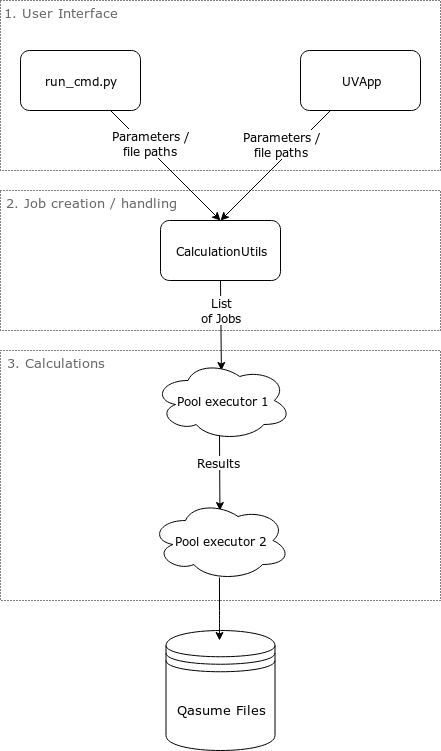
Before: assets/technical_detail_1.png, a diagram exported from draw.io (pec0ra/buvic). Source tidied: cells renumbered, new cells last; positions are measured from the earlier drawing's top-left corner, leaving out a move shared by most shapes.
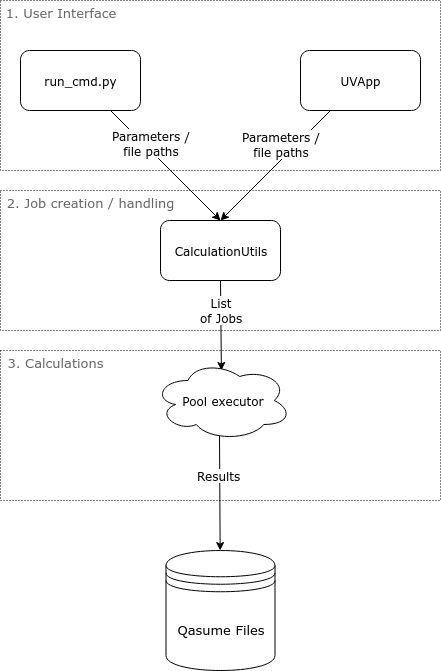
The same file after the commit.

Change to the diagram source:
```diff
@@ -3,7 +3,7 @@
     <mxCell id="0" />
     <mxCell id="1" parent="0" />
     <mxCell id="2" style="rounded=0;whiteSpace=wrap;html=1;fontFamily=Verdana;dashed=1;dashPattern=1 2;fillColor=none;" parent="1" vertex="1">
-      <mxGeometry y="350" width="440" height="250" as="geometry" />
+      <mxGeometry y="350" width="440" height="150" as="geometry" />
     </mxCell>
     <mxCell id="3" style="rounded=0;whiteSpace=wrap;html=1;fontFamily=Verdana;dashed=1;dashPattern=1 2;fillColor=none;" parent="1" vertex="1">
       <mxGeometry y="190" width="440" height="140" as="geometry" />
@@ -44,10 +44,10 @@
         <mxPoint y="1" as="offset" />
       </mxGeometry>
     </mxCell>
-    <mxCell id="14" value="Pool executor 1" style="ellipse;shape=cloud;whiteSpace=wrap;html=1;fontFamily=Verdana;" parent="1" vertex="1">
+    <mxCell id="14" value="Pool executor" style="ellipse;shape=cloud;whiteSpace=wrap;html=1;fontFamily=Verdana;" parent="1" vertex="1">
       <mxGeometry x="153" y="360" width="138" height="80" as="geometry" />
     </mxCell>
-    <mxCell id="15" style="endArrow=classic;html=1;entryX=0.496;entryY=0.125;entryDx=0;entryDy=0;entryPerimeter=0;fontFamily=Verdana;" parent="1" edge="1" target="17">
+    <mxCell id="15" style="endArrow=classic;html=1;fontFamily=Verdana;" parent="1" edge="1" target="20">
       <mxGeometry relative="1" as="geometry">
         <mxPoint x="219" y="435" as="sourcePoint" />
       </mxGeometry>
@@ -57,29 +57,17 @@
         <mxPoint x="2" y="1" as="offset" />
       </mxGeometry>
     </mxCell>
-    <mxCell id="17" value="Pool executor 2" style="ellipse;shape=cloud;whiteSpace=wrap;html=1;fontFamily=Verdana;" parent="1" vertex="1">
-      <mxGeometry x="150" y="500" width="140" height="80" as="geometry" />
+    <mxCell id="17" value="1. User Interface" style="text;html=1;strokeColor=none;fillColor=none;align=center;verticalAlign=middle;whiteSpace=wrap;rounded=0;dashed=1;dashPattern=1 2;fontFamily=Verdana;fontSize=13;fontColor=#666666;" parent="1" vertex="1">
+      <mxGeometry y="2" width="120" height="20" as="geometry" />
     </mxCell>
-    <mxCell id="18" style="endArrow=classic;html=1;exitX=0.457;exitY=0.963;exitDx=0;exitDy=0;exitPerimeter=0;fontFamily=Verdana;" parent="1" edge="1">
-      <mxGeometry relative="1" as="geometry">
-        <mxPoint x="219" y="577" as="sourcePoint" />
-        <mxPoint x="219" y="640" as="targetPoint" />
-        <Array as="points">
-          <mxPoint x="219" y="620" />
-        </Array>
-      </mxGeometry>
+    <mxCell id="18" value="2. Job creation / handling" style="text;html=1;strokeColor=none;fillColor=none;align=center;verticalAlign=middle;whiteSpace=wrap;rounded=0;dashed=1;dashPattern=1 2;fontFamily=Verdana;fontSize=13;fontColor=#666666;" parent="1" vertex="1">
+      <mxGeometry y="192" width="180" height="20" as="geometry" />
     </mxCell>
-    <mxCell id="19" value="1. User Interface" style="text;html=1;strokeColor=none;fillColor=none;align=center;verticalAlign=middle;whiteSpace=wrap;rounded=0;dashed=1;dashPattern=1 2;fontFamily=Verdana;fontSize=13;fontColor=#666666;" parent="1" vertex="1">
-      <mxGeometry y="2" width="120" height="20" as="geometry" />
+    <mxCell id="19" value="3. Calculations" style="text;html=1;strokeColor=none;fillColor=none;align=center;verticalAlign=middle;whiteSpace=wrap;rounded=0;dashed=1;dashPattern=1 2;fontFamily=Verdana;fontSize=13;fontColor=#666666;" parent="1" vertex="1">
+      <mxGeometry y="352" width="110" height="20" as="geometry" />
     </mxCell>
-    <mxCell id="20" value="2. Job creation / handling" style="text;html=1;strokeColor=none;fillColor=none;align=center;verticalAlign=middle;whiteSpace=wrap;rounded=0;dashed=1;dashPattern=1 2;fontFamily=Verdana;fontSize=13;fontColor=#666666;" parent="1" vertex="1">
-      <mxGeometry y="192" width="180" height="20" as="geometry" />
+    <mxCell id="20" value="Qasume Files" style="shape=datastore;whiteSpace=wrap;html=1;fillColor=none;fontFamily=Verdana;fontSize=13;fontColor=#000000;" parent="1" vertex="1">
+      <mxGeometry x="165.5" y="550" width="109" height="120" as="geometry" />
     </mxCell>
-    <mxCell id="21" value="3. Calculations" style="text;html=1;strokeColor=none;fillColor=none;align=center;verticalAlign=middle;whiteSpace=wrap;rounded=0;dashed=1;dashPattern=1 2;fontFamily=Verdana;fontSize=13;fontColor=#666666;" parent="1" vertex="1">
-      <mxGeometry y="352" width="110" height="20" as="geometry" />
-    </mxCell>
-    <mxCell id="22" value="Qasume Files" style="shape=datastore;whiteSpace=wrap;html=1;fillColor=none;fontFamily=Verdana;fontSize=13;fontColor=#000000;" parent="1" vertex="1">
-      <mxGeometry x="165.5" y="630" width="109" height="120" as="geometry" />
-    </mxCell>
   </root>
 </mxGraphModel>
```
